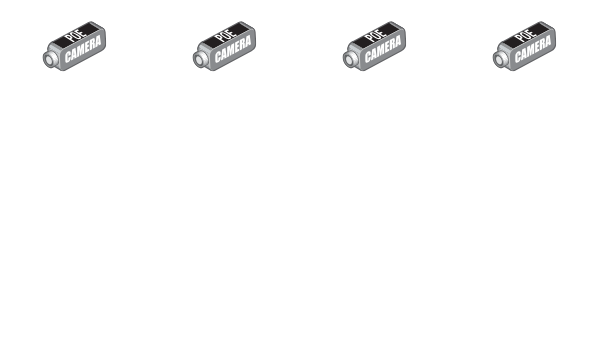
wstygk/srs keeps this draw.io diagram as 智能计算框架.drawio. Above is the earlier version. Source tidied: cells renumbered, new cells numbered last; positions are measured from the earlier drawing's top-left corner, leaving out a move shared by most shapes. Both pictures are drawn from the tidied source at 125%, with x=0, y=0 at pixel (42, 21).
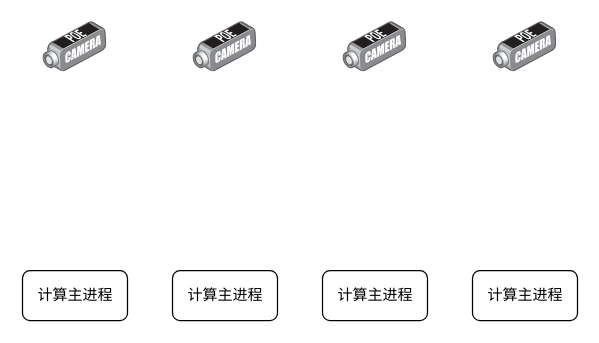
The same diagram, later.

Commit message (it also covers changes not shown here):
Update 智能计算框架.drawio

The edit, as a diff of the source:
```diff
@@
 <mxGraphModel>
   <root>
     <mxCell id="0" />
     <mxCell id="1" parent="0" />
     <mxCell id="2" style="html=1;align=center;shadow=0;dashed=0;image;image=img/lib/allied_telesis/security/POE_DVS_Camera.svg;" parent="1" vertex="1">
       <mxGeometry width="51" height="40.2" as="geometry" />
     </mxCell>
     <mxCell id="3" style="html=1;align=center;shadow=0;dashed=0;image;image=img/lib/allied_telesis/security/POE_DVS_Camera.svg;" parent="1" vertex="1">
       <mxGeometry x="120" width="51" height="40.2" as="geometry" />
     </mxCell>
     <mxCell id="4" style="html=1;align=center;shadow=0;dashed=0;image;image=img/lib/allied_telesis/security/POE_DVS_Camera.svg;" parent="1" vertex="1">
       <mxGeometry x="240" width="51" height="40.2" as="geometry" />
     </mxCell>
     <mxCell id="5" style="html=1;align=center;shadow=0;dashed=0;image;image=img/lib/allied_telesis/security/POE_DVS_Camera.svg;" parent="1" vertex="1">
       <mxGeometry x="360" width="51" height="40.2" as="geometry" />
     </mxCell>
+    <mxCell id="6" value="计算主进程" style="rounded=1;whiteSpace=wrap;html=1;" parent="1" vertex="1">
+      <mxGeometry x="-16.5" y="199" width="84" height="40" as="geometry" />
+    </mxCell>
+    <mxCell id="7" value="&lt;span&gt;计算主进程&lt;/span&gt;" style="rounded=1;whiteSpace=wrap;html=1;" parent="1" vertex="1">
+      <mxGeometry x="103.5" y="199" width="84" height="40" as="geometry" />
+    </mxCell>
+    <mxCell id="8" value="&lt;span&gt;计算主进程&lt;/span&gt;" style="rounded=1;whiteSpace=wrap;html=1;" parent="1" vertex="1">
+      <mxGeometry x="223.5" y="199" width="84" height="40" as="geometry" />
+    </mxCell>
+    <mxCell id="9" value="&lt;span&gt;计算主进程&lt;/span&gt;" style="rounded=1;whiteSpace=wrap;html=1;" parent="1" vertex="1">
+      <mxGeometry x="343.5" y="199" width="84" height="40" as="geometry" />
+    </mxCell>
   </root>
 </mxGraphModel>
```
